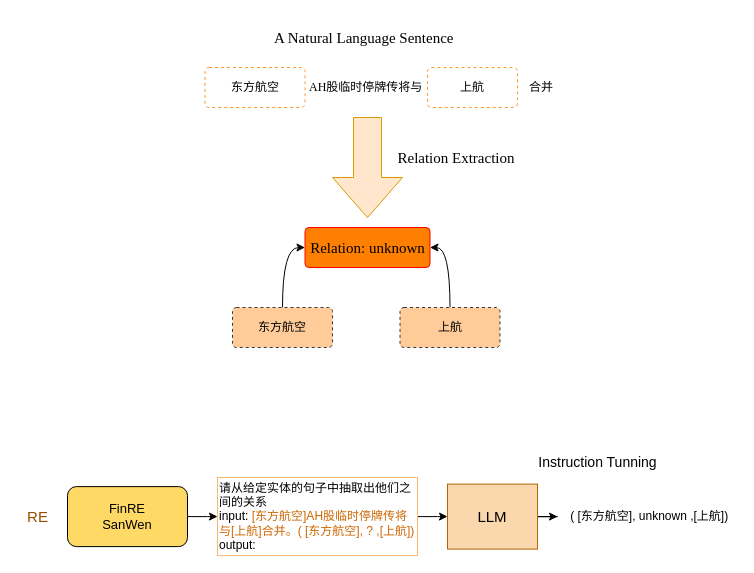
SkyuForever/CRE-LLM keeps this draw.io diagram as 未命名绘图.drawio. Above is the earlier version. Source tidied: cells renumbered, new cells numbered last; positions are measured from the earlier drawing's top-left corner, leaving out a move shared by most shapes. Both pictures are drawn from the tidied source at 100%, with x=0, y=0 at pixel (17, 17).
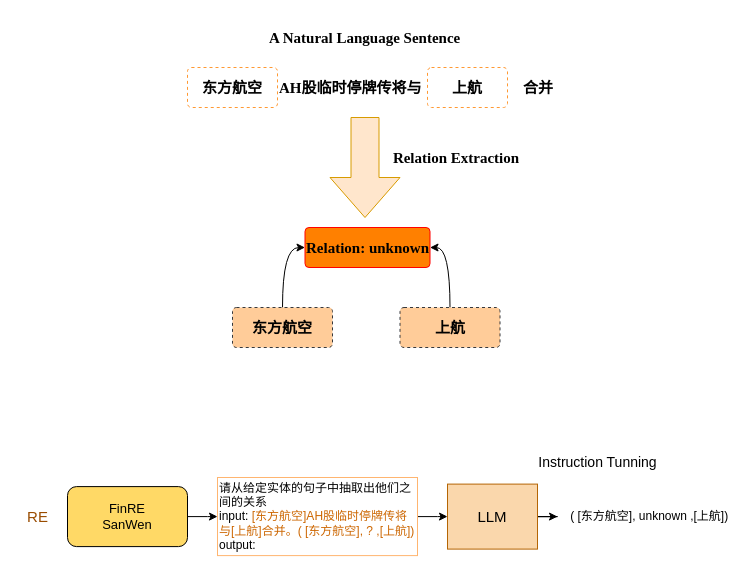
Above is the later version.

Commit message:
更新未命名绘图.drawio

Change to the diagram source:
```diff
@@
-    <mxCell id="2" value="&lt;font face=&quot;Times New Roman&quot;&gt;AH股临时停牌传将与&lt;/font&gt;" style="whiteSpace=wrap;html=1;align=left;strokeColor=none;fillColor=none;" parent="1" vertex="1">
-      <mxGeometry x="290" y="50" width="120" height="40" as="geometry" />
+    <mxCell id="2" value="&lt;font face=&quot;Times New Roman&quot; style=&quot;font-size: 15px;&quot;&gt;AH股临时停牌传将与&lt;/font&gt;" style="whiteSpace=wrap;html=1;align=left;strokeColor=none;fillColor=none;fontSize=15;fontStyle=1;" parent="1" vertex="1">
+      <mxGeometry x="260" y="50" width="150" height="40" as="geometry" />
     </mxCell>
-    <mxCell id="3" value="东方航空" style="rounded=1;arcSize=10;whiteSpace=wrap;html=1;align=center;dashed=1;strokeColor=#FF9933;" parent="1" vertex="1">
-      <mxGeometry x="187.5" y="50" width="100" height="40" as="geometry" />
+    <mxCell id="3" value="东方航空" style="rounded=1;arcSize=10;whiteSpace=wrap;html=1;align=center;dashed=1;strokeColor=#FF9933;fontSize=15;fontStyle=1;" parent="1" vertex="1">
+      <mxGeometry x="170" y="50" width="90" height="40" as="geometry" />
     </mxCell>
-    <mxCell id="4" value="上航" style="rounded=1;arcSize=10;whiteSpace=wrap;html=1;align=center;dashed=1;strokeColor=#FF9933;" parent="1" vertex="1">
-      <mxGeometry x="410" y="50" width="90" height="40" as="geometry" />
+    <mxCell id="4" value="上航" style="rounded=1;arcSize=10;whiteSpace=wrap;html=1;align=center;dashed=1;strokeColor=#FF9933;fontSize=15;fontStyle=1;" parent="1" vertex="1">
+      <mxGeometry x="410" y="50" width="80" height="40" as="geometry" />
     </mxCell>
-    <mxCell id="5" value="&lt;font style=&quot;font-size: 15px;&quot; face=&quot;Times New Roman&quot;&gt;Relation: unknown&lt;/font&gt;" style="rounded=1;arcSize=10;whiteSpace=wrap;html=1;align=center;fillColor=#FF8000;strokeColor=#FF0000;" parent="1" vertex="1">
+    <mxCell id="5" value="&lt;font style=&quot;font-size: 15px;&quot; face=&quot;Times New Roman&quot;&gt;Relation: unknown&lt;/font&gt;" style="rounded=1;arcSize=10;whiteSpace=wrap;html=1;align=center;fillColor=#FF8000;strokeColor=#FF0000;fontSize=15;fontStyle=1;" parent="1" vertex="1">
       <mxGeometry x="287.5" y="210" width="125" height="40" as="geometry" />
     </mxCell>
-    <mxCell id="6" value="合并" style="whiteSpace=wrap;html=1;align=left;strokeColor=none;fillColor=none;" parent="1" vertex="1">
-      <mxGeometry x="510" y="50" width="30" height="40" as="geometry" />
+    <mxCell id="6" value="合并" style="whiteSpace=wrap;html=1;align=left;strokeColor=none;fillColor=none;fontSize=15;fontStyle=1;" parent="1" vertex="1">
+      <mxGeometry x="504" y="50" width="40" height="40" as="geometry" />
     </mxCell>
-    <mxCell id="7" value="&lt;font face=&quot;Times New Roman&quot; style=&quot;font-size: 15px;&quot;&gt;A Natural Language Sentence&lt;/font&gt;" style="whiteSpace=wrap;html=1;align=left;strokeColor=none;fillColor=none;" parent="1" vertex="1">
-      <mxGeometry x="255" width="190" height="40" as="geometry" />
+    <mxCell id="7" value="&lt;font face=&quot;Times New Roman&quot; style=&quot;font-size: 15px;&quot;&gt;A Natural Language Sentence&lt;/font&gt;" style="whiteSpace=wrap;html=1;align=left;strokeColor=none;fillColor=none;fontSize=15;fontStyle=1;" parent="1" vertex="1">
+      <mxGeometry x="250" width="195" height="40" as="geometry" />
     </mxCell>
-    <mxCell id="8" style="edgeStyle=orthogonalEdgeStyle;rounded=0;jettySize=auto;html=1;exitX=0.5;exitY=0;exitDx=0;exitDy=0;entryX=0;entryY=0.5;entryDx=0;entryDy=0;curved=1;" parent="1" edge="1" source="9" target="5">
+    <mxCell id="8" style="edgeStyle=orthogonalEdgeStyle;rounded=0;jettySize=auto;html=1;exitX=0.5;exitY=0;exitDx=0;exitDy=0;entryX=0;entryY=0.5;entryDx=0;entryDy=0;curved=1;fontSize=15;fontStyle=1;" parent="1" edge="1" source="9" target="5">
       <mxGeometry relative="1" as="geometry" />
     </mxCell>
-    <mxCell id="9" value="东方航空" style="rounded=1;arcSize=10;whiteSpace=wrap;html=1;align=center;dashed=1;fillColor=#ffcc99;strokeColor=#36393d;" parent="1" vertex="1">
+    <mxCell id="9" value="东方航空" style="rounded=1;arcSize=10;whiteSpace=wrap;html=1;align=center;dashed=1;fillColor=#ffcc99;strokeColor=#36393d;fontSize=15;fontStyle=1;" parent="1" vertex="1">
       <mxGeometry x="215" y="290" width="100" height="40" as="geometry" />
     </mxCell>
-    <mxCell id="10" style="edgeStyle=orthogonalEdgeStyle;rounded=0;jettySize=auto;html=1;exitX=0.5;exitY=0;exitDx=0;exitDy=0;entryX=1;entryY=0.5;entryDx=0;entryDy=0;curved=1;" parent="1" edge="1" source="11" target="5">
+    <mxCell id="10" style="edgeStyle=orthogonalEdgeStyle;rounded=0;jettySize=auto;html=1;exitX=0.5;exitY=0;exitDx=0;exitDy=0;entryX=1;entryY=0.5;entryDx=0;entryDy=0;curved=1;fontSize=15;fontStyle=1;" parent="1" edge="1" source="11" target="5">
       <mxGeometry relative="1" as="geometry" />
     </mxCell>
-    <mxCell id="11" value="上航" style="rounded=1;arcSize=10;whiteSpace=wrap;html=1;align=center;dashed=1;fillColor=#ffcc99;strokeColor=#36393d;" parent="1" vertex="1">
+    <mxCell id="11" value="上航" style="rounded=1;arcSize=10;whiteSpace=wrap;html=1;align=center;dashed=1;fillColor=#ffcc99;strokeColor=#36393d;fontSize=15;fontStyle=1;" parent="1" vertex="1">
       <mxGeometry x="382.5" y="290" width="100" height="40" as="geometry" />
     </mxCell>
-    <mxCell id="12" style="html=1;shadow=0;dashed=0;align=center;verticalAlign=middle;shape=mxgraph.arrows2.arrow;dy=0.6;dx=40;direction=south;notch=0;fillColor=#ffe6cc;strokeColor=#d79b00;" parent="1" vertex="1">
-      <mxGeometry x="315" y="100" width="70" height="100" as="geometry" />
+    <mxCell id="12" style="html=1;shadow=0;dashed=0;align=center;verticalAlign=middle;shape=mxgraph.arrows2.arrow;dy=0.6;dx=40;direction=south;notch=0;fillColor=#ffe6cc;strokeColor=#d79b00;fontSize=15;fontStyle=1;" parent="1" vertex="1">
+      <mxGeometry x="312.5" y="100" width="70" height="100" as="geometry" />
     </mxCell>
-    <mxCell id="13" value="&lt;font face=&quot;Times New Roman&quot; style=&quot;font-size: 15px;&quot;&gt;Relation Extraction&lt;/font&gt;" style="text;html=1;strokeColor=none;fillColor=none;align=center;verticalAlign=middle;whiteSpace=wrap;rounded=0;" parent="1" vertex="1">
+    <mxCell id="13" value="&lt;font face=&quot;Times New Roman&quot; style=&quot;font-size: 15px;&quot;&gt;Relation Extraction&lt;/font&gt;" style="text;html=1;strokeColor=none;fillColor=none;align=center;verticalAlign=middle;whiteSpace=wrap;rounded=0;fontSize=15;fontStyle=1;" parent="1" vertex="1">
       <mxGeometry x="374" y="120" width="130" height="40" as="geometry" />
     </mxCell>
```
